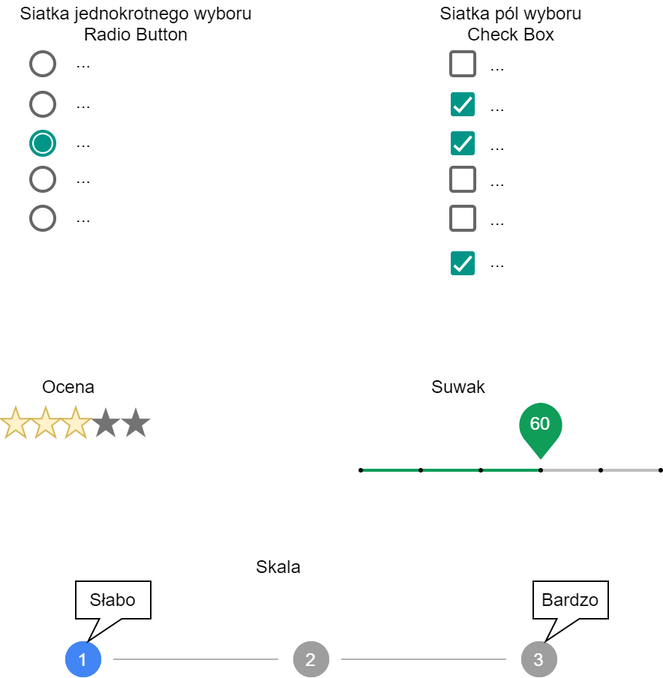
Maaateusz/Projekt_Zespolowy_2020 keeps this draw.io diagram as Documentation/typy_odpowiedzi.png. Above is the earlier version. Source tidied: cells renumbered, new cells last; positions are measured from the earlier drawing's top-left corner, leaving out a move shared by most shapes. Its diagram source:
```xml
<mxGraphModel>
  <root>
    <mxCell id="0" />
    <mxCell id="1" parent="0" />
    <mxCell id="2" style="dashed=0;verticalLabelPosition=bottom;verticalAlign=top;align=center;shape=mxgraph.gmdl.sliderDiscreteDots;barPos=60;bright=1;strokeColor=#0F9D58;opacity=100;strokeWidth=2;fillColor=#0F9D58;handleSize=10;shadow=0;fontSize=12;fontColor=#ffffff;" parent="1" vertex="1">
      <mxGeometry x="240" y="268" width="200" height="45" as="geometry" />
    </mxCell>
    <mxCell id="3" style="dashed=0;labelPosition=right;align=left;shape=mxgraph.gmdl.radiobutton;strokeColor=#666666;fillColor=none;strokeWidth=2;" parent="1" vertex="1">
      <mxGeometry x="20" y="34" width="16" height="16" as="geometry" />
    </mxCell>
    <mxCell id="4" style="dashed=0;labelPosition=right;align=left;shape=mxgraph.gmdl.radiobutton;strokeColor=#009587;fillColor=#009587;strokeWidth=2;" parent="1" vertex="1">
      <mxGeometry x="20" y="87" width="16" height="16" as="geometry" />
    </mxCell>
    <mxCell id="5" style="dashed=0;labelPosition=right;align=left;shape=mxgraph.gmdl.checkbox;strokeColor=#666666;fillColor=none;strokeWidth=2;" parent="1" vertex="1">
      <mxGeometry x="300" y="34" width="16" height="16" as="geometry" />
    </mxCell>
    <mxCell id="6" style="dashed=0;labelPosition=right;align=left;shape=mxgraph.gmdl.checkbox;strokeColor=none;fillColor=#009587;strokeWidth=2;" parent="1" vertex="1">
      <mxGeometry x="300" y="61" width="16" height="16" as="geometry" />
    </mxCell>
    <mxCell id="7" style="dashed=0;verticalLabelPosition=bottom;verticalAlign=top;align=center;shape=mxgraph.gmdl.star;strokeColor=#d6b656;fillColor=#fff2cc;shadow=0;" parent="1" vertex="1">
      <mxGeometry y="271" width="20" height="20" as="geometry" />
    </mxCell>
    <mxCell id="8" style="dashed=0;labelPosition=right;align=left;shape=mxgraph.gmdl.checkbox;strokeColor=none;fillColor=#009587;strokeWidth=2;" parent="1" vertex="1">
      <mxGeometry x="300" y="87" width="16" height="16" as="geometry" />
    </mxCell>
    <mxCell id="9" style="dashed=0;labelPosition=right;align=left;shape=mxgraph.gmdl.checkbox;strokeColor=#666666;fillColor=none;strokeWidth=2;" parent="1" vertex="1">
      <mxGeometry x="300" y="111" width="16" height="16" as="geometry" />
    </mxCell>
    <mxCell id="10" style="dashed=0;labelPosition=right;align=left;shape=mxgraph.gmdl.checkbox;strokeColor=#666666;fillColor=none;strokeWidth=2;" parent="1" vertex="1">
      <mxGeometry x="300" y="137" width="16" height="16" as="geometry" />
    </mxCell>
    <mxCell id="11" style="dashed=0;labelPosition=right;align=left;shape=mxgraph.gmdl.checkbox;strokeColor=none;fillColor=#009587;strokeWidth=2;" parent="1" vertex="1">
      <mxGeometry x="300" y="167" width="16" height="16" as="geometry" />
    </mxCell>
    <mxCell id="12" style="dashed=0;labelPosition=right;align=left;shape=mxgraph.gmdl.radiobutton;strokeColor=#666666;fillColor=none;strokeWidth=2;" parent="1" vertex="1">
      <mxGeometry x="20" y="61" width="16" height="16" as="geometry" />
    </mxCell>
    <mxCell id="13" style="dashed=0;labelPosition=right;align=left;shape=mxgraph.gmdl.radiobutton;strokeColor=#666666;fillColor=none;strokeWidth=2;" parent="1" vertex="1">
      <mxGeometry x="20" y="111" width="16" height="16" as="geometry" />
    </mxCell>
    <mxCell id="14" style="dashed=0;labelPosition=right;align=left;shape=mxgraph.gmdl.radiobutton;strokeColor=#666666;fillColor=none;strokeWidth=2;" parent="1" vertex="1">
      <mxGeometry x="20" y="137" width="16" height="16" as="geometry" />
    </mxCell>
    <mxCell id="15" style="dashed=0;verticalLabelPosition=bottom;verticalAlign=top;align=center;shape=mxgraph.gmdl.star;strokeColor=#d6b656;fillColor=#fff2cc;shadow=0;" parent="1" vertex="1">
      <mxGeometry x="20" y="271" width="20" height="20" as="geometry" />
    </mxCell>
    <mxCell id="16" style="dashed=0;verticalLabelPosition=bottom;verticalAlign=top;align=center;shape=mxgraph.gmdl.star;strokeColor=none;fillColor=#737373;shadow=0;" parent="1" vertex="1">
      <mxGeometry x="60" y="271" width="20" height="20" as="geometry" />
    </mxCell>
    <mxCell id="17" style="dashed=0;verticalLabelPosition=bottom;verticalAlign=top;align=center;shape=mxgraph.gmdl.star;strokeColor=#d6b656;fillColor=#fff2cc;shadow=0;" parent="1" vertex="1">
      <mxGeometry x="40" y="271" width="20" height="20" as="geometry" />
    </mxCell>
    <mxCell id="18" style="dashed=0;verticalLabelPosition=bottom;verticalAlign=top;align=center;shape=mxgraph.gmdl.star;strokeColor=none;fillColor=#737373;shadow=0;" parent="1" vertex="1">
      <mxGeometry x="80" y="271" width="20" height="20" as="geometry" />
    </mxCell>
    <mxCell id="19" value="..." style="text;html=1;align=center;verticalAlign=middle;" parent="1" vertex="1">
      <mxGeometry x="40" y="30" width="30" height="20" as="geometry" />
    </mxCell>
    <mxCell id="20" value="..." style="text;html=1;align=center;verticalAlign=middle;" parent="1" vertex="1">
      <mxGeometry x="40" y="57" width="30" height="20" as="geometry" />
    </mxCell>
    <mxCell id="21" value="..." style="text;html=1;align=center;verticalAlign=middle;" parent="1" vertex="1">
      <mxGeometry x="40" y="83" width="30" height="20" as="geometry" />
    </mxCell>
    <mxCell id="22" value="..." style="text;html=1;align=center;verticalAlign=middle;" parent="1" vertex="1">
      <mxGeometry x="40" y="107" width="30" height="20" as="geometry" />
    </mxCell>
    <mxCell id="23" value="..." style="text;html=1;align=center;verticalAlign=middle;" parent="1" vertex="1">
      <mxGeometry x="40" y="133" width="30" height="20" as="geometry" />
    </mxCell>
    <mxCell id="24" value="..." style="text;html=1;align=center;verticalAlign=middle;" parent="1" vertex="1">
      <mxGeometry x="316" y="31.5" width="30" height="20" as="geometry" />
    </mxCell>
    <mxCell id="25" value="..." style="text;html=1;align=center;verticalAlign=middle;" parent="1" vertex="1">
      <mxGeometry x="316" y="58.5" width="30" height="20" as="geometry" />
    </mxCell>
    <mxCell id="26" value="..." style="text;html=1;align=center;verticalAlign=middle;" parent="1" vertex="1">
      <mxGeometry x="316" y="84.5" width="30" height="20" as="geometry" />
    </mxCell>
    <mxCell id="27" value="..." style="text;html=1;align=center;verticalAlign=middle;" parent="1" vertex="1">
      <mxGeometry x="316" y="108.5" width="30" height="20" as="geometry" />
    </mxCell>
    <mxCell id="28" value="..." style="text;html=1;align=center;verticalAlign=middle;" parent="1" vertex="1">
      <mxGeometry x="316" y="134.5" width="30" height="20" as="geometry" />
    </mxCell>
    <mxCell id="29" value="..." style="text;html=1;align=center;verticalAlign=middle;" parent="1" vertex="1">
      <mxGeometry x="316" y="163" width="30" height="20" as="geometry" />
    </mxCell>
    <mxCell id="30" value="Siatka jednokrotnego wyboru&lt;br&gt;Radio Button" style="text;html=1;align=center;verticalAlign=middle;" parent="1" vertex="1">
      <mxGeometry x="5" width="170" height="30" as="geometry" />
    </mxCell>
    <mxCell id="31" value="Siatka pól wyboru&lt;br&gt;Check Box" style="text;html=1;align=center;verticalAlign=middle;" parent="1" vertex="1">
      <mxGeometry x="285" width="110" height="30" as="geometry" />
    </mxCell>
    <mxCell id="32" value="Ocena" style="text;html=1;align=center;verticalAlign=middle;" parent="1" vertex="1">
      <mxGeometry x="20" y="247" width="50" height="20" as="geometry" />
    </mxCell>
    <mxCell id="33" value="Suwak" style="text;html=1;align=center;verticalAlign=middle;" parent="1" vertex="1">
      <mxGeometry x="280" y="247" width="50" height="20" as="geometry" />
    </mxCell>
    <mxCell id="34" value="1" style="shape=ellipse;fontSize=12;strokeColor=none;fillColor=#4285F4;fontColor=#ffffff;align=center;verticalAlign=middle;" parent="1" vertex="1">
      <mxGeometry x="43" y="427" width="24" height="24" as="geometry" />
    </mxCell>
    <mxCell id="35" style="shape=line;strokeColor=#b3b3b3;" parent="1" vertex="1">
      <mxGeometry x="75" y="434" width="110" height="10" as="geometry" />
    </mxCell>
    <mxCell id="36" value="2" style="shape=ellipse;fontSize=12;strokeColor=none;fillColor=#9e9e9e;fontColor=#ffffff;align=center;verticalAlign=middle;" parent="1" vertex="1">
      <mxGeometry x="195" y="427" width="24" height="24" as="geometry" />
    </mxCell>
    <mxCell id="37" style="shape=line;strokeColor=#b3b3b3;" parent="1" vertex="1">
      <mxGeometry x="227" y="434" width="110" height="10" as="geometry" />
    </mxCell>
    <mxCell id="38" value="3" style="shape=ellipse;fontSize=12;strokeColor=none;fillColor=#9e9e9e;fontColor=#ffffff;" parent="1" vertex="1">
      <mxGeometry x="347" y="427" width="24" height="24" as="geometry" />
    </mxCell>
    <mxCell id="39" value="Skala" style="text;html=1;align=center;verticalAlign=middle;fontColor=#000000;" parent="1" vertex="1">
      <mxGeometry x="160" y="367" width="50" height="20" as="geometry" />
    </mxCell>
    <mxCell id="40" value="1" style="shape=ellipse;fontSize=12;strokeColor=none;fillColor=#4285F4;fontColor=#ffffff;align=center;verticalAlign=middle;" parent="1" vertex="1">
      <mxGeometry x="43" y="427" width="24" height="24" as="geometry" />
    </mxCell>
    <mxCell id="41" style="shape=line;strokeColor=#b3b3b3;" parent="1" vertex="1">
      <mxGeometry x="75" y="434" width="110" height="10" as="geometry" />
    </mxCell>
    <mxCell id="42" value="2" style="shape=ellipse;fontSize=12;strokeColor=none;fillColor=#9e9e9e;fontColor=#ffffff;align=center;verticalAlign=middle;" parent="1" vertex="1">
      <mxGeometry x="195" y="427" width="24" height="24" as="geometry" />
    </mxCell>
    <mxCell id="43" style="shape=line;strokeColor=#b3b3b3;" parent="1" vertex="1">
      <mxGeometry x="227" y="434" width="110" height="10" as="geometry" />
    </mxCell>
    <mxCell id="44" value="3" style="shape=ellipse;fontSize=12;strokeColor=none;fillColor=#9e9e9e;fontColor=#ffffff;" parent="1" vertex="1">
      <mxGeometry x="347" y="427" width="24" height="24" as="geometry" />
    </mxCell>
    <mxCell id="45" value="Słabo" style="whiteSpace=wrap;html=1;shape=mxgraph.basic.rectCallout;dx=23.28;dy=15;boundedLbl=1;fillColor=none;rotation=0;" parent="1" vertex="1">
      <mxGeometry x="50" y="387" width="50" height="40" as="geometry" />
    </mxCell>
    <mxCell id="46" value="Bardzo" style="whiteSpace=wrap;html=1;shape=mxgraph.basic.rectCallout;dx=23.28;dy=15;boundedLbl=1;fillColor=none;rotation=0;" parent="1" vertex="1">
      <mxGeometry x="355" y="387" width="50" height="40" as="geometry" />
    </mxCell>
  </root>
</mxGraphModel>
```
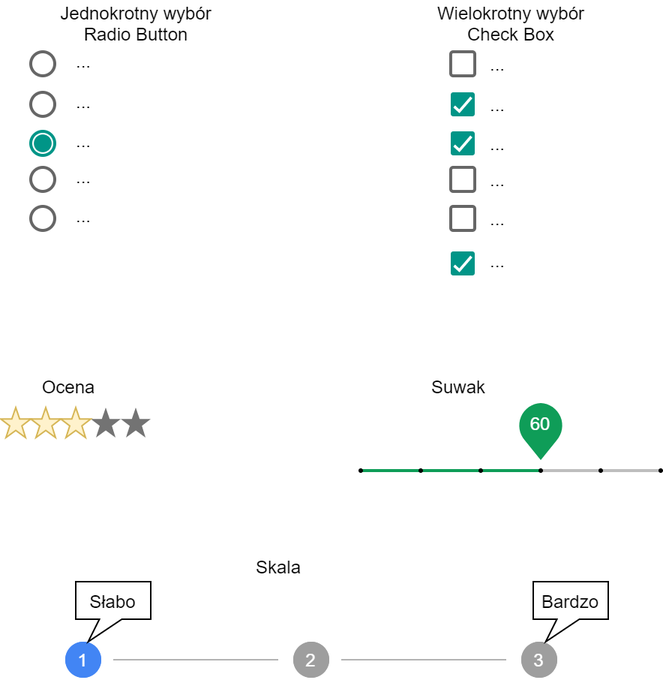
The same diagram one commit later.

The edit, as a diff of the source:
```diff
@@ -86,10 +86,10 @@
     <mxCell id="29" value="..." style="text;html=1;align=center;verticalAlign=middle;" parent="1" vertex="1">
       <mxGeometry x="316" y="163" width="30" height="20" as="geometry" />
     </mxCell>
-    <mxCell id="30" value="Siatka jednokrotnego wyboru&lt;br&gt;Radio Button" style="text;html=1;align=center;verticalAlign=middle;" parent="1" vertex="1">
-      <mxGeometry x="5" width="170" height="30" as="geometry" />
+    <mxCell id="30" value="Jednokrotny wybór&lt;br&gt;Radio Button" style="text;html=1;align=center;verticalAlign=middle;" parent="1" vertex="1">
+      <mxGeometry x="30" width="120" height="30" as="geometry" />
     </mxCell>
-    <mxCell id="31" value="Siatka pól wyboru&lt;br&gt;Check Box" style="text;html=1;align=center;verticalAlign=middle;" parent="1" vertex="1">
+    <mxCell id="31" value="&lt;div&gt;&lt;span&gt;Wielokrotny wybór&lt;/span&gt;&lt;br&gt;&lt;/div&gt;Check Box" style="text;html=1;align=center;verticalAlign=middle;" parent="1" vertex="1">
       <mxGeometry x="285" width="110" height="30" as="geometry" />
     </mxCell>
     <mxCell id="32" value="Ocena" style="text;html=1;align=center;verticalAlign=middle;" parent="1" vertex="1">
```
